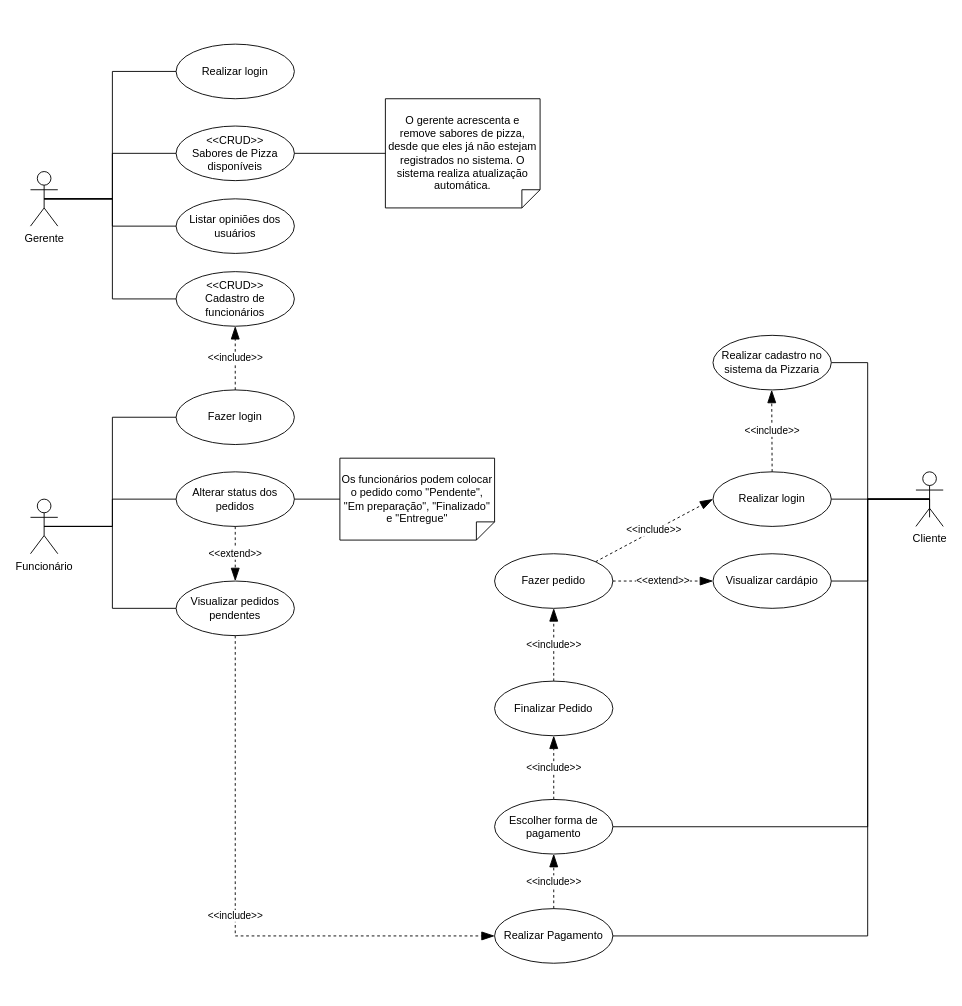
LuisAugusto0/Arquivos_PUC_CC keeps this draw.io diagram as Eng. de software/CSU1.drawio. Above is the earlier version. Source tidied: cells renumbered, new cells numbered last; positions are measured from the earlier drawing's top-left corner, leaving out a move shared by most shapes. Both pictures are drawn from the tidied source at 91%, with x=0, y=0 at pixel (30, 44).
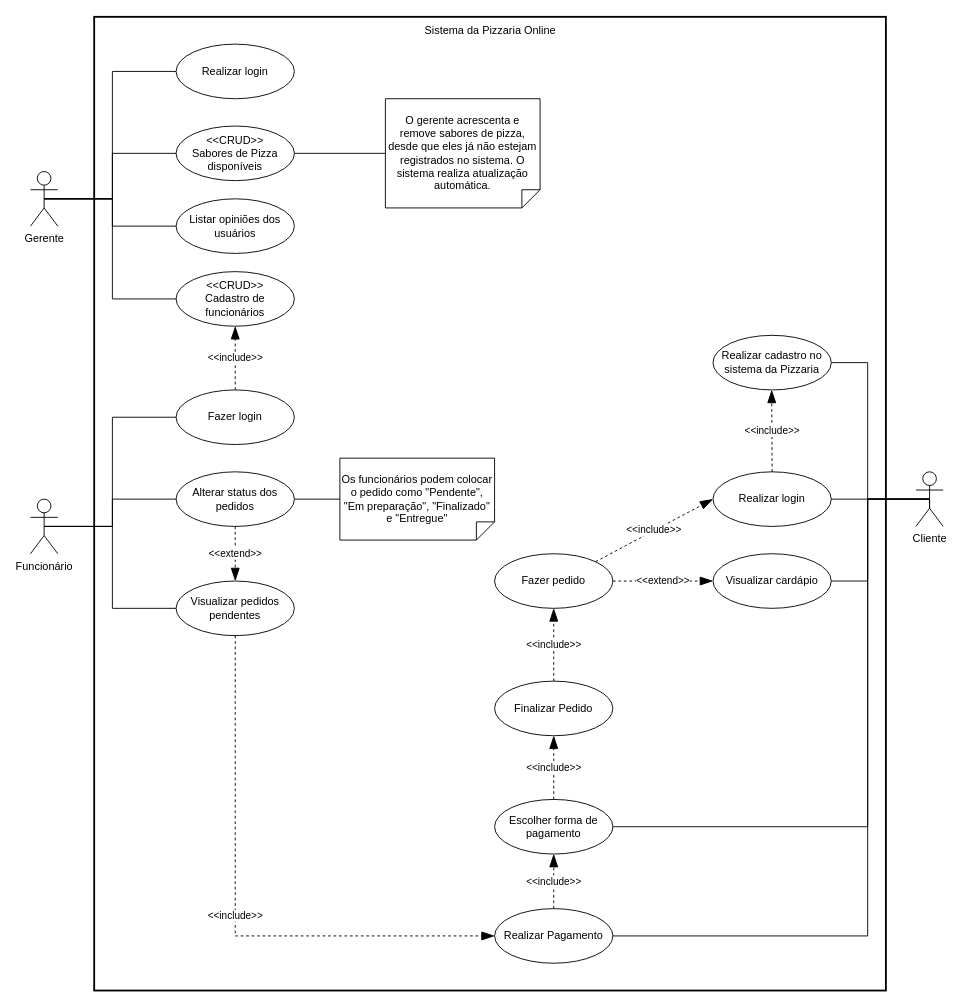
The same diagram, later.

What changed in the source:
```diff
@@
-    <mxCell id="36" style="edgeStyle=orthogonalEdgeStyle;rounded=0;orthogonalLoop=1;jettySize=auto;html=1;entryX=0.5;entryY=0.5;entryDx=0;entryDy=0;entryPerimeter=0;endArrow=none;endFill=0;" parent="1" edge="1">
+    <mxCell id="36" style="edgeStyle=orthogonalEdgeStyle;rounded=0;orthogonalLoop=1;jettySize=auto;html=1;endArrow=none;endFill=0;" parent="1" edge="1">
       <mxGeometry relative="1" as="geometry">
         <mxPoint x="640" y="860" as="sourcePoint" />
-        <mxPoint x="988" y="520" as="targetPoint" />
+        <mxPoint x="988" y="510" as="targetPoint" />
         <Array as="points">
           <mxPoint x="920" y="860" />
           <mxPoint x="920" y="500" />
           <mxPoint x="988" y="500" />
         </Array>
       </mxGeometry>
     </mxCell>
@@
+    <mxCell id="44" style="whiteSpace=wrap;html=1;fillColor=none;strokeWidth=2;imageAspect=0;" parent="1" vertex="1">
+      <mxGeometry x="70" y="-30" width="870" height="1070" as="geometry" />
+    </mxCell>
+    <mxCell id="45" value="Sistema da Pizzaria Online" style="text;html=1;align=center;verticalAlign=middle;strokeColor=none;fillColor=none;" parent="1" vertex="1">
+      <mxGeometry x="420" y="-30" width="170" height="30" as="geometry" />
+    </mxCell>
```
